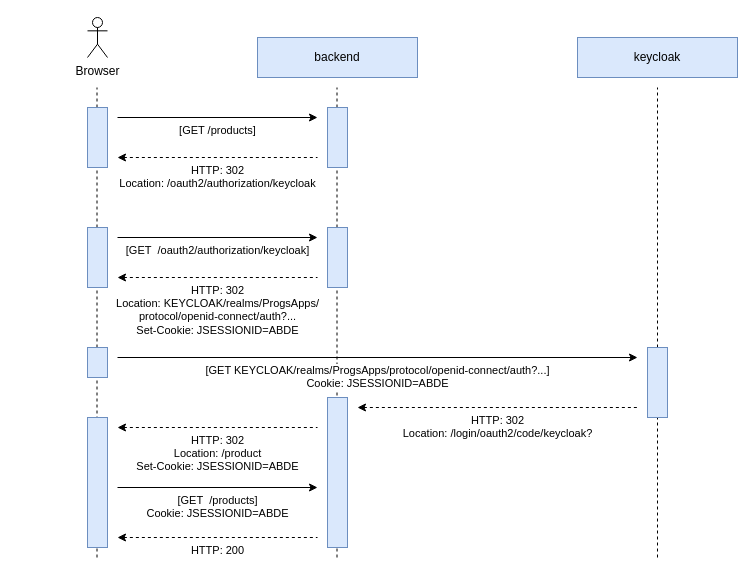
sebastian-misiewicz/progs-apps-spring-keycloak-integration keeps this draw.io diagram as page "spring-security" (2 of 4) of documentation.drawio. Above is the earlier version. Source tidied: cells renumbered, new cells numbered last; positions are measured from the earlier drawing's top-left corner, leaving out a move shared by most shapes. Both pictures are drawn from the tidied source at 100%, with x=0, y=0 at pixel (87, 17).
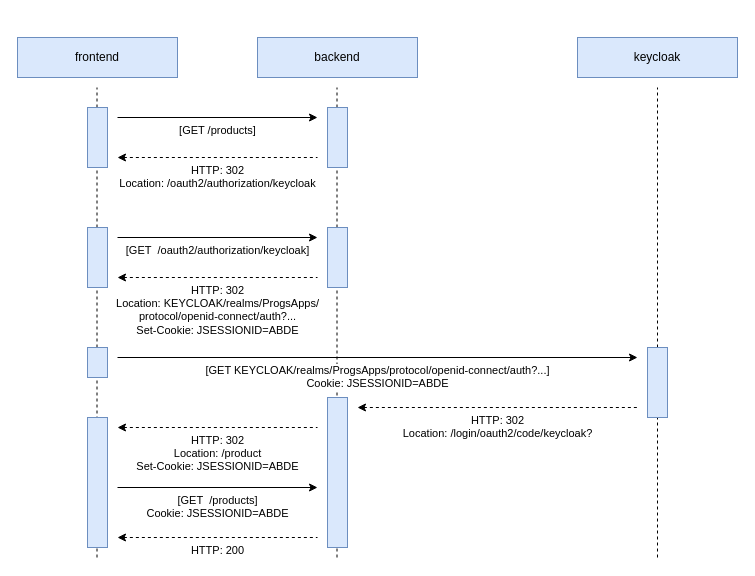
Above is the later version.

Change to the diagram source:
```diff
@@
-    <mxCell id="6" value="Browser" style="shape=umlActor;verticalLabelPosition=bottom;verticalAlign=top;html=1;" parent="1" vertex="1">
-      <mxGeometry width="20" height="40" as="geometry" />
-    </mxCell>
@@
+    <mxCell id="25" value="frontend" style="rounded=0;whiteSpace=wrap;html=1;fillColor=#dae8fc;strokeColor=#6c8ebf;" parent="1" vertex="1">
+      <mxGeometry x="-70" y="20" width="160" height="40" as="geometry" />
+    </mxCell>
```
